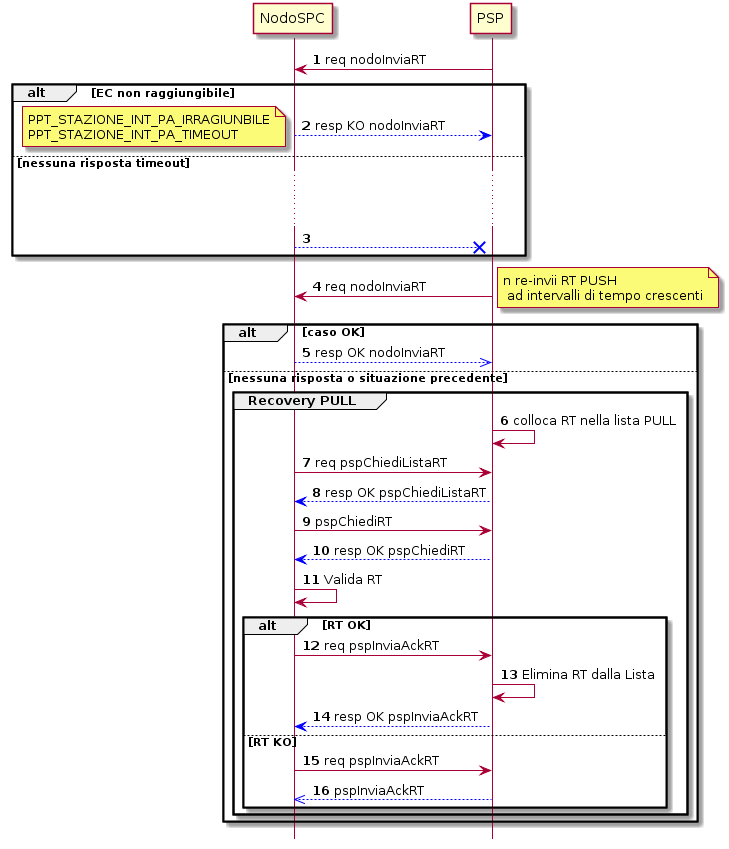
Before: _docs/media_FunzioniStrategieRecupero/media/image10.png, a diagram exported from PlantUML (danielelandro/preview-pagopa-specifichepagamenti-docs). Its diagram source:
```plantuml
@startuml
autonumber
participant NodoSPC
participant PSP

PSP -> NodoSPC: req nodoInviaRT
alt EC non raggiungibile
NodoSPC -[#0000FF]->PSP: resp KO nodoInviaRT
note left: PPT_STAZIONE_INT_PA_IRRAGIUNBILE\nPPT_STAZIONE_INT_PA_TIMEOUT
else nessuna risposta timeout
...
...
NodoSPC -[#0000FF]->X PSP
end alt



PSP -> NodoSPC: req nodoInviaRT
note right: n re-invii RT PUSH\n ad intervalli di tempo crescenti
alt caso OK
NodoSPC -[#0000FF]->> PSP: resp OK nodoInviaRT
else  nessuna risposta o situazione precedente

group Recovery PULL
PSP -> PSP: colloca RT nella lista PULL
NodoSPC -> PSP: req pspChiediListaRT
PSP -[#0000FF]->NodoSPC: resp OK pspChiediListaRT
NodoSPC -> PSP: pspChiediRT
PSP -[#0000FF]-> NodoSPC: resp OK pspChiediRT
NodoSPC -> NodoSPC: Valida RT
alt RT OK
NodoSPC ->PSP: req pspInviaAckRT
PSP->PSP: Elimina RT dalla Lista
PSP -[#0000FF]-> NodoSPC: resp OK pspInviaAckRT
else RT KO
NodoSPC -> PSP: req pspInviaAckRT
PSP -[#0000FF]->> NodoSPC: pspInviaAckRT
end alt
end alt
end



hide footbox
@enduml
```
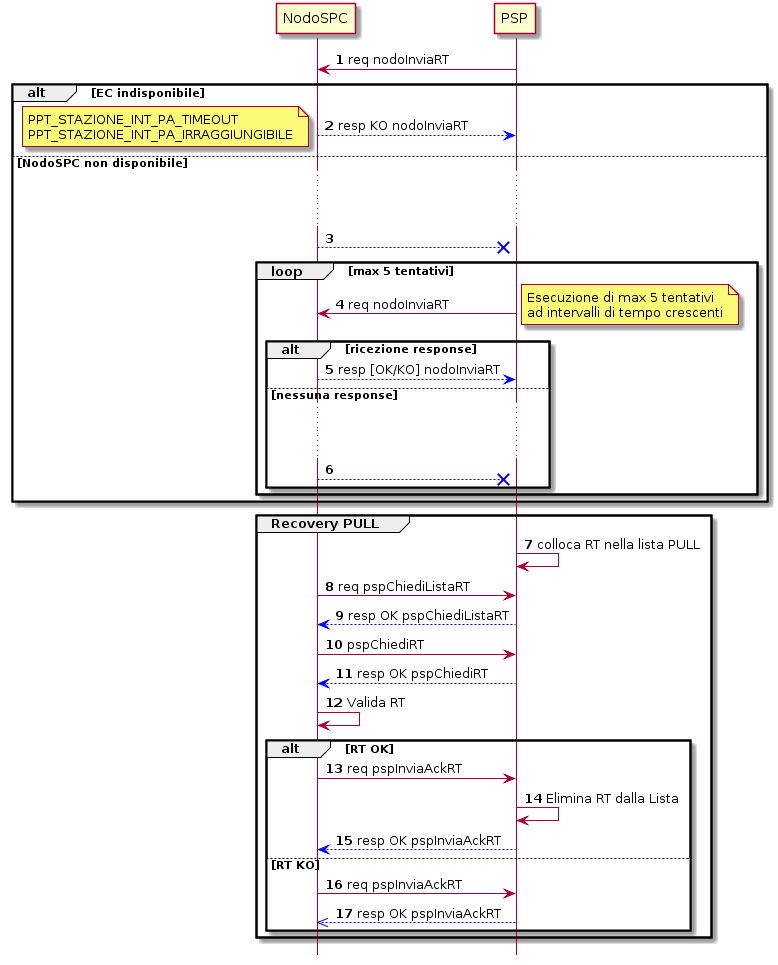
After the commit.

The edit, as a diff of the source:
```diff
@@ -4,22 +4,32 @@
 participant PSP
 
 PSP -> NodoSPC: req nodoInviaRT
-alt EC non raggiungibile
+alt EC indisponibile
 NodoSPC -[#0000FF]->PSP: resp KO nodoInviaRT
-note left: PPT_STAZIONE_INT_PA_IRRAGIUNBILE\nPPT_STAZIONE_INT_PA_TIMEOUT
-else nessuna risposta timeout
+note left: PPT_STAZIONE_INT_PA_TIMEOUT\nPPT_STAZIONE_INT_PA_IRRAGGIUNGIBILE
+else NodoSPC non disponibile
 ...
 ...
 NodoSPC -[#0000FF]->X PSP
+
+
+
+
+loop max 5 tentativi
+PSP -> NodoSPC: req nodoInviaRT
+note right: Esecuzione di max 5 tentativi\nad intervalli di tempo crescenti
+alt ricezione response
+NodoSPC -[#0000FF]->PSP: resp [OK/KO] nodoInviaRT
+else nessuna response
+...
+...
+NodoSPC -[#0000FF]->X PSP
+end
+end
 end alt
 
 
 
-PSP -> NodoSPC: req nodoInviaRT
-note right: n re-invii RT PUSH\n ad intervalli di tempo crescenti
-alt caso OK
-NodoSPC -[#0000FF]->> PSP: resp OK nodoInviaRT
-else  nessuna risposta o situazione precedente
 
 group Recovery PULL
 PSP -> PSP: colloca RT nella lista PULL
@@ -34,10 +44,9 @@
 PSP -[#0000FF]-> NodoSPC: resp OK pspInviaAckRT
 else RT KO
 NodoSPC -> PSP: req pspInviaAckRT
-PSP -[#0000FF]->> NodoSPC: pspInviaAckRT
+PSP -[#0000FF]->> NodoSPC:resp OK pspInviaAckRT
 end alt
 end alt
-end
 
 
 
```
